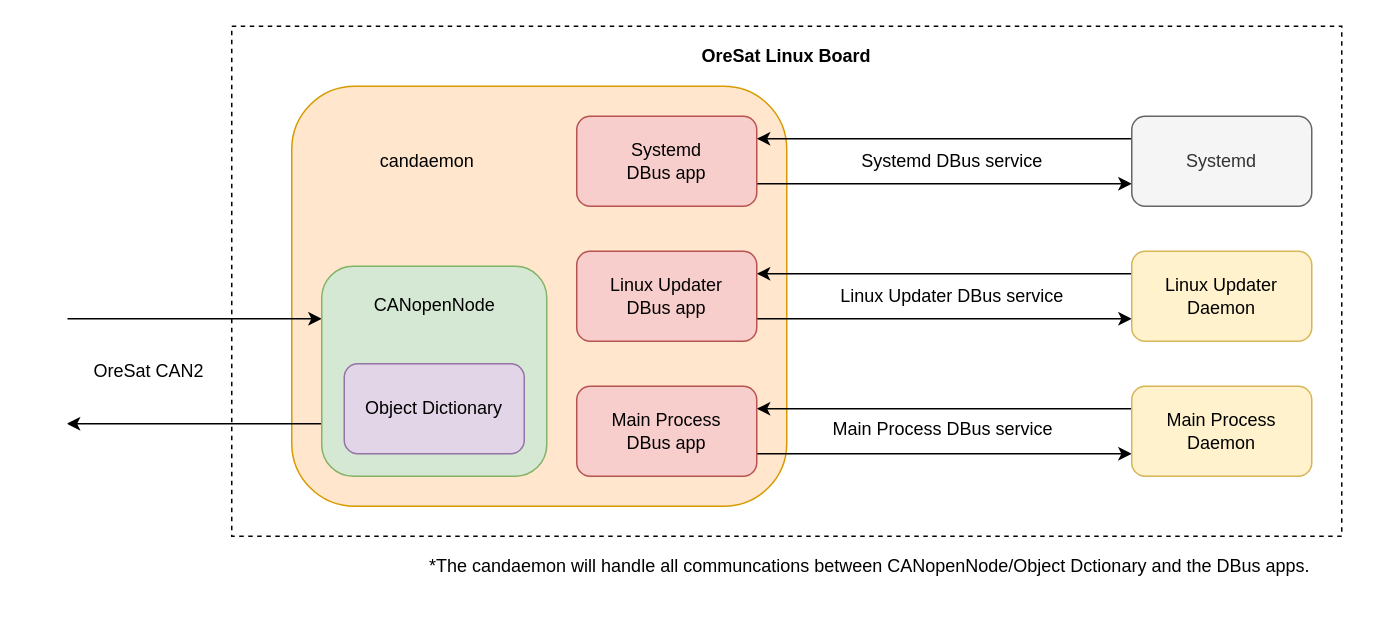
Before: docs/OreSatLinuxDiagram.drawio in oresat/oresat-linux-manager, a draw.io diagram. Source tidied: cells renumbered, new cells numbered last; positions are measured from the earlier drawing's top-left corner, leaving out a move shared by most shapes. Both pictures are drawn from the tidied source at 150%, with x=0, y=0 at pixel (36, 26).
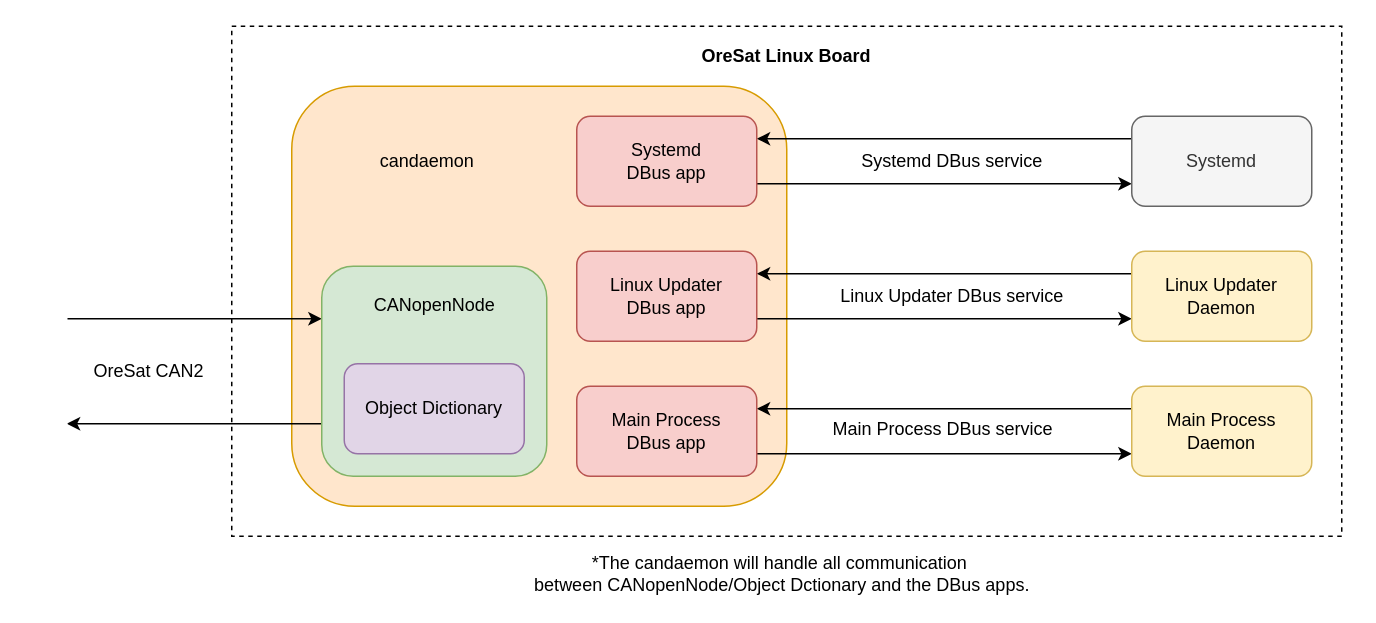
After the change.

Commit message (it also covers changes not shown here):
spelling fixes to the main diagram

The edit, as a diff of the source:
```diff
@@
-    <mxCell id="28" value="*The candaemon will handle all communcations between CANopenNode/Object Dctionary and the DBus apps." style="text;html=1;align=center;verticalAlign=middle;" parent="1" vertex="1">
-      <mxGeometry x="235" y="350" width="640" height="20" as="geometry" />
+    <mxCell id="28" value="*The candaemon will handle all c&lt;span class=&quot;module__title__link&quot;&gt;ommunication&lt;/span&gt;&lt;br&gt;&amp;nbsp;between CANopenNode/Object Dctionary and the DBus apps." style="text;html=1;align=center;verticalAlign=middle;" parent="1" vertex="1">
+      <mxGeometry x="310" y="350" width="370" height="30" as="geometry" />
     </mxCell>
```
